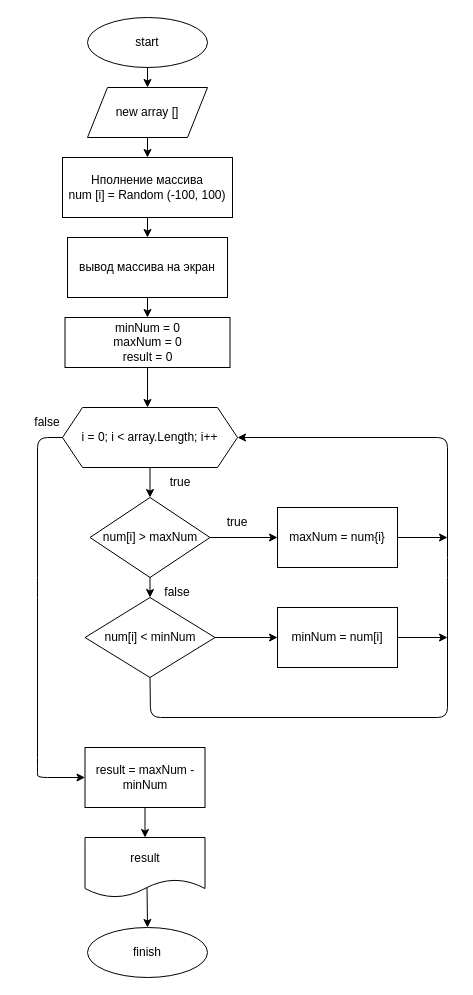
Earlier version of the draw.io diagram ex38/diagramex38.drawio (RomanenkoElena/Homework5). Source tidied: cells renumbered, new cells numbered last; positions are measured from the earlier drawing's top-left corner, leaving out a move shared by most shapes. Both pictures are drawn from the tidied source at 100%, with x=0, y=0 at pixel (17, 17).
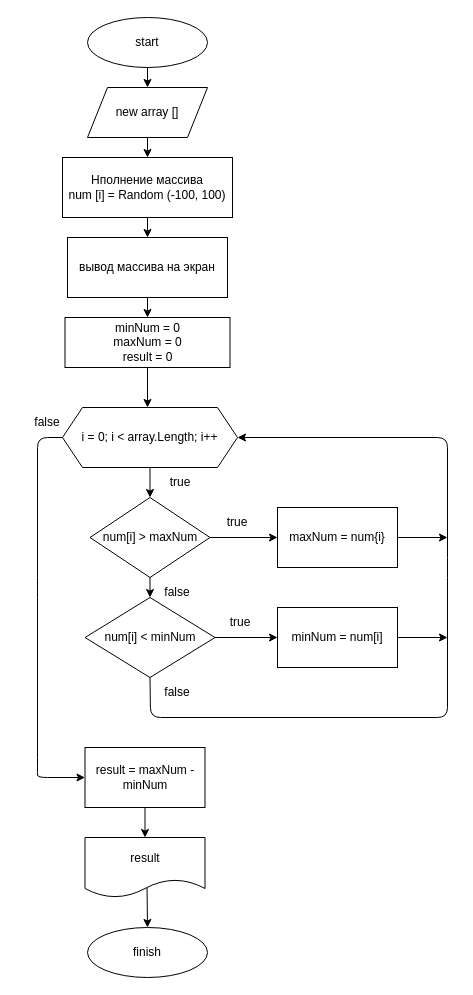
Above is the later version.

Change to the diagram source:
```diff
@@
+    <mxCell id="34" value="true" style="text;html=1;strokeColor=none;fillColor=none;align=center;verticalAlign=middle;whiteSpace=wrap;rounded=0;" parent="1" vertex="1">
+      <mxGeometry x="192.5" y="590" width="60" height="30" as="geometry" />
+    </mxCell>
+    <mxCell id="35" value="false" style="text;html=1;strokeColor=none;fillColor=none;align=center;verticalAlign=middle;whiteSpace=wrap;rounded=0;" parent="1" vertex="1">
+      <mxGeometry x="129.5" y="660" width="60" height="30" as="geometry" />
+    </mxCell>
```
